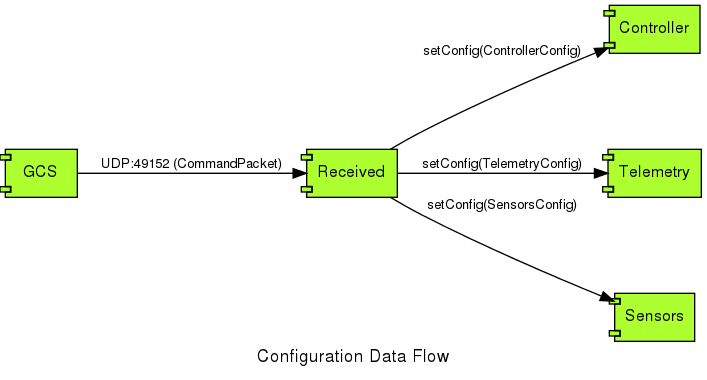
This is doc/data_flow_config.dot.png from cepr/hummingdroid-flightapp, a Graphviz export, as it was before one commit. Its source is kept beside it as doc/data_flow_config.dot.
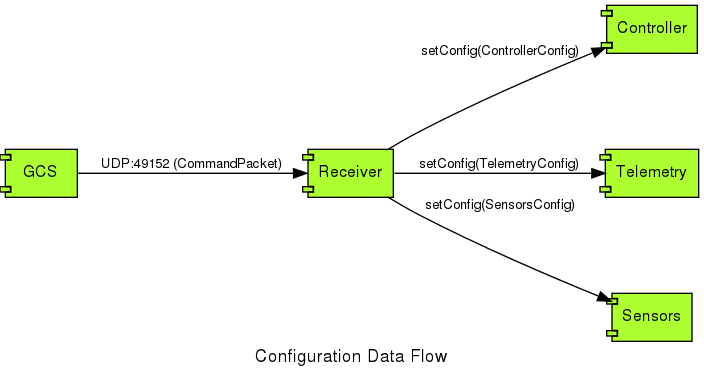
Later version of the same file.

Commit message:
Fixed typo in configuration data flow image

Change to the diagram source:
```diff
@@ -9,8 +9,8 @@
 
     edge [ fontname = "Nimbus Sans L", fontsize=10 ];
 
-    GCS -> Received [ label="UDP:49152 (CommandPacket)" ];
-    Received -> Controller [ label="setConfig(ControllerConfig)" ];
-    Received -> Telemetry [ label="setConfig(TelemetryConfig)" ];
-    Received -> Sensors [ label="setConfig(SensorsConfig)" ];
+    GCS -> Receiver [ label="UDP:49152 (CommandPacket)" ];
+    Receiver -> Controller [ label="setConfig(ControllerConfig)" ];
+    Receiver -> Telemetry [ label="setConfig(TelemetryConfig)" ];
+    Receiver -> Sensors [ label="setConfig(SensorsConfig)" ];
 }
```
